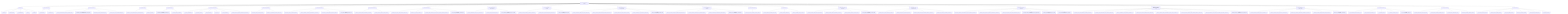
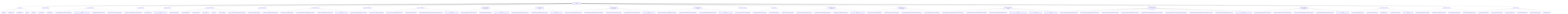
graph TD
    root["ToneSoul Documentation Authority"]
    root --> entrypoints["Entry Points"]
    entrypoints --> entrypoints_1["README.md"]
    entrypoints --> entrypoints_2["README.zh-TW.md"]
    entrypoints --> entrypoints_3["AI_ONBOARDING.md"]
    entrypoints --> entrypoints_4["INDEX.md"]
    entrypoints --> entrypoints_5["README.md"]
    root --> ai_operational_guides["AI Operational Guides"]
    ai_operational_guides --> ai_operational_guides_1["AI_QUICKSTART.md"]
    ai_operational_guides --> ai_operational_guides_2["AI_REFERENCE.md"]
    root --> canonical_architecture["Canonical Architecture"]
    canonical_architecture --> canonical_architecture_1["TONESOUL_EXTERNALIZED_COGNITIVE_ARCHITECTURE.md"]
    canonical_architecture --> canonical_architecture_2["TONESOUL_ARCHITECTURE_MEMORY_ANCHOR_2026-03-22.md"]
    canonical_architecture --> canonical_architecture_3["KNOWLEDGE_SURFACES_BOUNDARY_MAP.md"]
    canonical_architecture --> canonical_architecture_4["TONESOUL_EIGHT_LAYER_CONVERGENCE_MAP.md"]
    root --> deep_system_maps["Deep System Maps"]
    deep_system_maps --> deep_system_maps_1["TONESOUL_SYSTEM_OVERVIEW_AND_SUBSYSTEM_GUIDE.md"]
    deep_system_maps --> deep_system_maps_2["TONESOUL_ANATOMY.md"]
    root --> interpretive_readings["Interpretive Readings"]
    interpretive_readings --> interpretive_readings_1["TONESOUL_DEEP_READING_ANCHOR_2026-03-26.md"]
    interpretive_readings --> interpretive_readings_2["TONESOUL_CODEX_READING.md"]
    root --> governance_execution["Governance And Execution"]
    governance_execution --> governance_execution_1["7D_AUDIT_FRAMEWORK.md"]
    governance_execution --> governance_execution_2["7D_EXECUTION_SPEC.md"]
    governance_execution --> governance_execution_3["AUDIT_CONTRACT.md"]
    governance_execution --> governance_execution_4["API_SPEC.md"]
    governance_execution --> governance_execution_5["COUNCIL_RUNTIME.md"]
    governance_execution --> governance_execution_6["TONESOUL_SHARED_R_MEMORY_OPERATIONS_CONTRACT.md"]
    root --> claim_authority_distillation["Claim Authority Distillation"]
    claim_authority_distillation --> claim_authority_distillation_1["TONESOUL_CLAIM_AUTHORITY_MATRIX.md"]
    claim_authority_distillation --> claim_authority_distillation_2["TONESOUL_LAW_RUNTIME_BOUNDARY_CONTRACT.md"]
    root --> evidence_topology_and_verifiability["Evidence And Verifiability"]
    evidence_topology_and_verifiability --> evidence_topology_and_verifiability_1["TONESOUL_CLAIM_TO_EVIDENCE_MATRIX.md"]
    evidence_topology_and_verifiability --> evidence_topology_and_verifiability_2["TONESOUL_EVIDENCE_LADDER_AND_VERIFIABILITY_CONTRACT.md"]
    evidence_topology_and_verifiability --> evidence_topology_and_verifiability_3["TONESOUL_TEST_AND_VALIDATION_TOPOLOGY_MAP.md"]
    evidence_topology_and_verifiability --> evidence_topology_and_verifiability_4["tonesoul_evidence_followup_candidates_2026-03-29.md"]
    root --> subject_refresh_boundaries["Subject Refresh Boundaries"]
    subject_refresh_boundaries --> subject_refresh_boundaries_1["TONESOUL_SUBJECT_REFRESH_BOUNDARY_CONTRACT.md"]
    subject_refresh_boundaries --> subject_refresh_boundaries_2["TONESOUL_SUBJECT_SNAPSHOT_FIELD_LANES.md"]
    root --> control_plane_discipline["Control Plane Discipline"]
    control_plane_discipline --> control_plane_discipline_1["TONESOUL_TASK_TRACK_AND_READINESS_CONTRACT.md"]
    control_plane_discipline --> control_plane_discipline_2["TONESOUL_PLAN_DELTA_CONTRACT.md"]
    control_plane_discipline --> control_plane_discipline_3["TONESOUL_MIRROR_RUPTURE_FAIL_STOP_AND_LOW_DRIFT_ANCHOR_CONTRACT.md"]
    control_plane_discipline --> control_plane_discipline_4["tonesoul_control_plane_followup_candidates_2026-03-28.md"]
    root --> observable_shell_and_axiom_boundaries["Observable-Shell And Axiom Boundaries"]
    observable_shell_and_axiom_boundaries --> observable_shell_and_axiom_boundaries_1["TONESOUL_OBSERVABLE_SHELL_OPACITY_CONTRACT.md"]
    observable_shell_and_axiom_boundaries --> observable_shell_and_axiom_boundaries_2["TONESOUL_AXIOM_FALSIFICATION_MAP.md"]
    observable_shell_and_axiom_boundaries --> observable_shell_and_axiom_boundaries_3["tonesoul_observability_and_axiom_adoption_review_2026-03-28.md"]
    root --> council_deliberation_discipline["Council Deliberation Discipline"]
    council_deliberation_discipline --> council_deliberation_discipline_1["TONESOUL_COUNCIL_DOSSIER_AND_DISSENT_CONTRACT.md"]
    council_deliberation_discipline --> council_deliberation_discipline_2["TONESOUL_ADAPTIVE_DELIBERATION_MODE_CONTRACT.md"]
    council_deliberation_discipline --> council_deliberation_discipline_3["tonesoul_council_followup_candidates_2026-03-28.md"]
    root --> continuity_import_and_receiver_discipline["Continuity Import And Receiver Discipline"]
    continuity_import_and_receiver_discipline --> continuity_import_and_receiver_discipline_1["TONESOUL_CONTINUITY_IMPORT_AND_DECAY_CONTRACT.md"]
    continuity_import_and_receiver_discipline --> continuity_import_and_receiver_discipline_2["TONESOUL_RECEIVER_INTERPRETATION_BOUNDARY_CONTRACT.md"]
    continuity_import_and_receiver_discipline --> continuity_import_and_receiver_discipline_3["TONESOUL_CONTINUITY_SURFACE_LIFECYCLE_MAP.md"]
    continuity_import_and_receiver_discipline --> continuity_import_and_receiver_discipline_4["TONESOUL_WORKING_STYLE_CONTINUITY_CONTRACT.md"]
    continuity_import_and_receiver_discipline --> continuity_import_and_receiver_discipline_5["tonesoul_continuity_followup_candidates_2026-03-29.md"]
    root --> council_realism_and_calibration["Council Realism And Calibration"]
    council_realism_and_calibration --> council_realism_and_calibration_1["TONESOUL_COUNCIL_REALISM_AND_INDEPENDENCE_CONTRACT.md"]
    council_realism_and_calibration --> council_realism_and_calibration_2["TONESOUL_COUNCIL_CONFIDENCE_AND_CALIBRATION_MAP.md"]
    council_realism_and_calibration --> council_realism_and_calibration_3["TONESOUL_ADVERSARIAL_DELIBERATION_ADOPTION_MAP.md"]
    council_realism_and_calibration --> council_realism_and_calibration_4["tonesoul_council_realism_followup_candidates_2026-03-29.md"]
    root --> context_continuity_adoption["Context Continuity Adoption"]
    context_continuity_adoption --> context_continuity_adoption_1["TONESOUL_CONTEXT_CONTINUITY_ADOPTION_MAP.md"]
    root --> prompt_discipline_skeleton["Prompt Discipline"]
    prompt_discipline_skeleton --> prompt_discipline_skeleton_1["TONESOUL_PROMPT_DISCIPLINE_SKELETON.md"]
    prompt_discipline_skeleton --> prompt_discipline_skeleton_2["TONESOUL_PROMPT_VARIANTS.md"]
    prompt_discipline_skeleton --> prompt_discipline_skeleton_3["TONESOUL_PROMPT_STARTER_CARDS.md"]
    root --> prompt_surface_topology_and_adoption["Prompt Surface Topology And Adoption"]
    prompt_surface_topology_and_adoption --> prompt_surface_topology_and_adoption_1["TONESOUL_PROMPT_SURFACE_ADOPTION_MATRIX.md"]
    prompt_surface_topology_and_adoption --> prompt_surface_topology_and_adoption_2["TONESOUL_PROMPT_SURFACE_BOUNDARY_CONTRACT.md"]
    prompt_surface_topology_and_adoption --> prompt_surface_topology_and_adoption_3["TONESOUL_PROMPT_SURFACE_TOPOLOGY_MAP.md"]
    prompt_surface_topology_and_adoption --> prompt_surface_topology_and_adoption_4["tonesoul_prompt_adoption_followup_candidates_2026-03-29.md"]
    root --> reality_alignment_and_render_boundaries["Reality Alignment And Render Boundaries"]
    reality_alignment_and_render_boundaries --> reality_alignment_and_render_boundaries_1["TONESOUL_ENTRY_SURFACE_REALITY_BASELINE.md"]
    reality_alignment_and_render_boundaries --> reality_alignment_and_render_boundaries_2["TONESOUL_DOC_METRIC_AND_COUNT_METHOD.md"]
    reality_alignment_and_render_boundaries --> reality_alignment_and_render_boundaries_3["TONESOUL_RENDER_LAYER_AND_ENCODING_BOUNDARY_CONTRACT.md"]
    reality_alignment_and_render_boundaries --> reality_alignment_and_render_boundaries_4["TONESOUL_DOC_DRIFT_AND_CONFLICT_REGISTER.md"]
    root --> successor_continuity_and_hot_memory["Successor Continuity And Hot Memory"]
    successor_continuity_and_hot_memory --> successor_continuity_and_hot_memory_1["TONESOUL_SUCCESSOR_COLLABORATION_AND_HOT_MEMORY_CONTRACT.md"]
    successor_continuity_and_hot_memory --> successor_continuity_and_hot_memory_2["TONESOUL_LOW_DRIFT_ANCHOR_SOURCE_PRECEDENCE_CONTRACT.md"]
    successor_continuity_and_hot_memory --> successor_continuity_and_hot_memory_3["TONESOUL_HOT_MEMORY_DECAY_AND_COMPRESSION_MAP.md"]
    successor_continuity_and_hot_memory --> successor_continuity_and_hot_memory_4["tonesoul_successor_collaboration_and_hot_memory_program_2026-04-02.md"]
    successor_continuity_and_hot_memory --> successor_continuity_and_hot_memory_5["tonesoul_subsystem_parity_and_gap_map_2026-04-02.md"]
    successor_continuity_and_hot_memory --> successor_continuity_and_hot_memory_6["tonesoul_successor_sidecar_residue_triage_2026-04-02.md"]
    root --> research_driven_memory_interop_and_knowledge_layer["Research-Driven Memory Interop And Knowledge Layer"]
    research_driven_memory_interop_and_knowledge_layer --> research_driven_memory_interop_and_knowledge_layer_1["TONESOUL_CROSS_AGENT_MEMORY_CONSUMER_CONTRACT.md"]
    research_driven_memory_interop_and_knowledge_layer --> research_driven_memory_interop_and_knowledge_layer_2["TONESOUL_CLAUDE_COMPATIBLE_ENTRY_ADAPTER_CONTRACT.md"]
    research_driven_memory_interop_and_knowledge_layer --> research_driven_memory_interop_and_knowledge_layer_3["TONESOUL_KNOWLEDGE_LAYER_BOUNDARY_CONTRACT.md"]
    research_driven_memory_interop_and_knowledge_layer --> research_driven_memory_interop_and_knowledge_layer_4["TONESOUL_LAUNCH_HEALTH_TREND_READOUT_CONTRACT.md"]
    research_driven_memory_interop_and_knowledge_layer --> research_driven_memory_interop_and_knowledge_layer_5["TONESOUL_INTERNAL_STATE_OBSERVABILITY_REALITY_CHECK_CONTRACT.md"]
    research_driven_memory_interop_and_knowledge_layer --> research_driven_memory_interop_and_knowledge_layer_6["TONESOUL_SURFACE_VERSIONING_AND_CONSUMER_LINEAGE_CONTRACT.md"]
    research_driven_memory_interop_and_knowledge_layer --> research_driven_memory_interop_and_knowledge_layer_7["TONESOUL_KNOWLEDGE_LAYER_SOURCE_TAXONOMY_AND_PARKING_CONTRACT.md"]
-     research_driven_memory_interop_and_knowledge_layer --> research_driven_memory_interop_and_knowledge_layer_8["tonesoul_research_lines_and_memory_interop_program_2026-04-06.md"]
+     research_driven_memory_interop_and_knowledge_layer --> research_driven_memory_interop_and_knowledge_layer_8["TONESOUL_COMPILED_KNOWLEDGE_LANDING_ZONE_SPEC.md"]
+     research_driven_memory_interop_and_knowledge_layer --> research_driven_memory_interop_and_knowledge_layer_9["tonesoul_research_lines_and_memory_interop_program_2026-04-06.md"]
    root --> entry_simplification_and_lineage_routing["Entry Simplification And Lineage Routing"]
    entry_simplification_and_lineage_routing --> entry_simplification_and_lineage_routing_1["TONESOUL_AUDIENCE_ROUTING_AND_ENTRY_CONTRACT.md"]
    entry_simplification_and_lineage_routing --> entry_simplification_and_lineage_routing_2["TONESOUL_HISTORICAL_SPEC_AND_LEGACY_SURFACE_MAP.md"]
    entry_simplification_and_lineage_routing --> entry_simplification_and_lineage_routing_3["TONESOUL_DOC_SURFACE_SIMPLIFICATION_BOUNDARY_CONTRACT.md"]
    entry_simplification_and_lineage_routing --> entry_simplification_and_lineage_routing_4["TONESOUL_ENCODING_AND_MOJIBAKE_HAZARD_REGISTER.md"]
    entry_simplification_and_lineage_routing --> entry_simplification_and_lineage_routing_5["tonesoul_docs_cleanup_wave_candidates_2026-03-29.md"]
    root --> doc_governance["Documentation Governance"]
    doc_governance --> doc_governance_1["DOCS_INFORMATION_ARCHITECTURE_v1.md"]
    doc_governance --> doc_governance_2["DOCS_CLASSIFICATION_LEDGER_v1.md"]
    doc_governance --> doc_governance_3["FILE_PURPOSE_MAP.md"]
    doc_governance --> doc_governance_4["doc_convergence_inventory_latest.json"]
    doc_governance --> doc_governance_5["doc_convergence_cleanup_plan_2026-03-22.md"]
    root --> convergence_contracts["Convergence Contracts"]
    convergence_contracts --> convergence_contracts_1["BASENAME_DIVERGENCE_DISTILLATION_MAP.md"]
    convergence_contracts --> convergence_contracts_2["PRIVATE_MEMORY_SHADOW_BOUNDARY_MAP.md"]
    convergence_contracts --> convergence_contracts_3["PARADOX_FIXTURE_OWNERSHIP_MAP.md"]
    convergence_contracts --> convergence_contracts_4["ENGINEERING_MIRROR_OWNERSHIP_MAP.md"]
    root --> generated_status["Generated Status"]
    generated_status --> generated_status_1["doc_convergence_inventory_latest.json"]
    generated_status --> generated_status_2["basename_divergence_distillation_latest.json"]
    generated_status --> generated_status_3["private_memory_shadow_latest.json"]
    generated_status --> generated_status_4["paradox_fixture_ownership_latest.json"]
    generated_status --> generated_status_5["engineering_mirror_ownership_latest.json"]
    generated_status --> generated_status_6["claim_authority_latest.json"]
